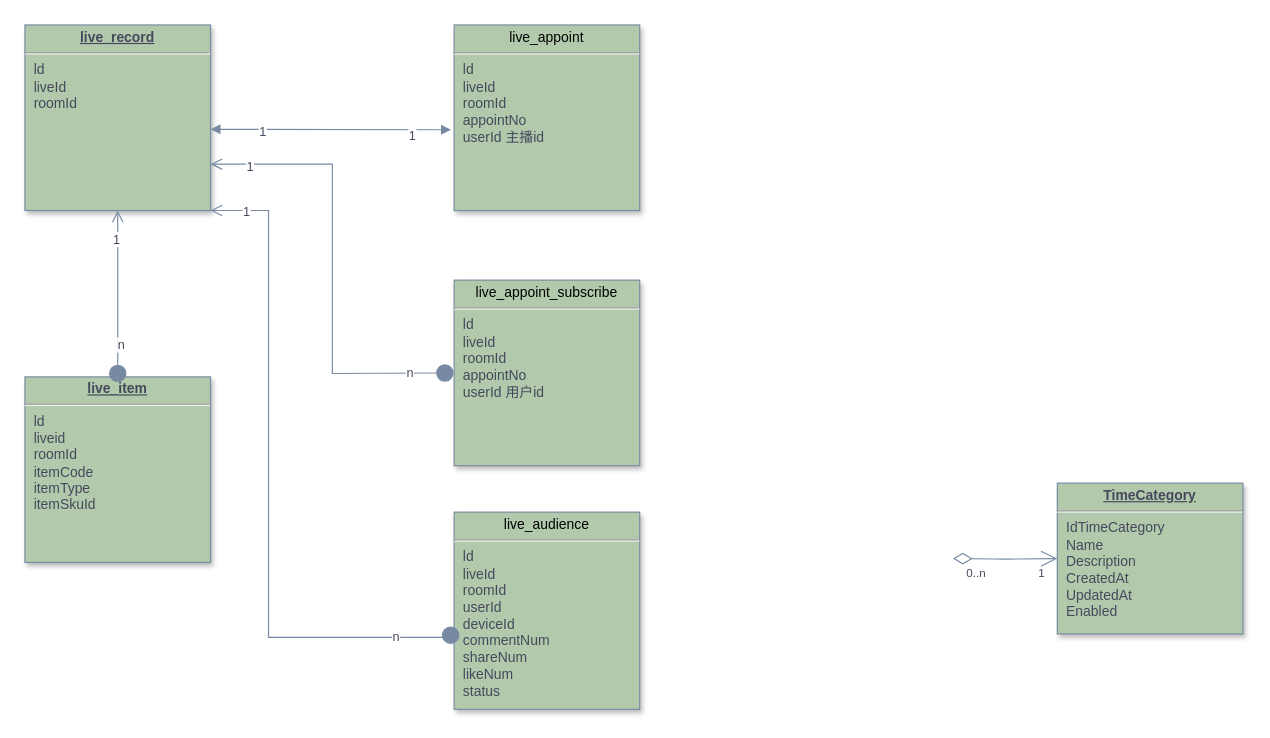
The draw.io diagram drawio/caibeike/live_er.drawio in JAi-Li/document, before the edit. Source tidied: cells renumbered, new cells numbered last; positions are measured from the earlier drawing's top-left corner, leaving out a move shared by most shapes. Both pictures are drawn from the tidied source at 116%, with x=0, y=0 at pixel (24, 24).
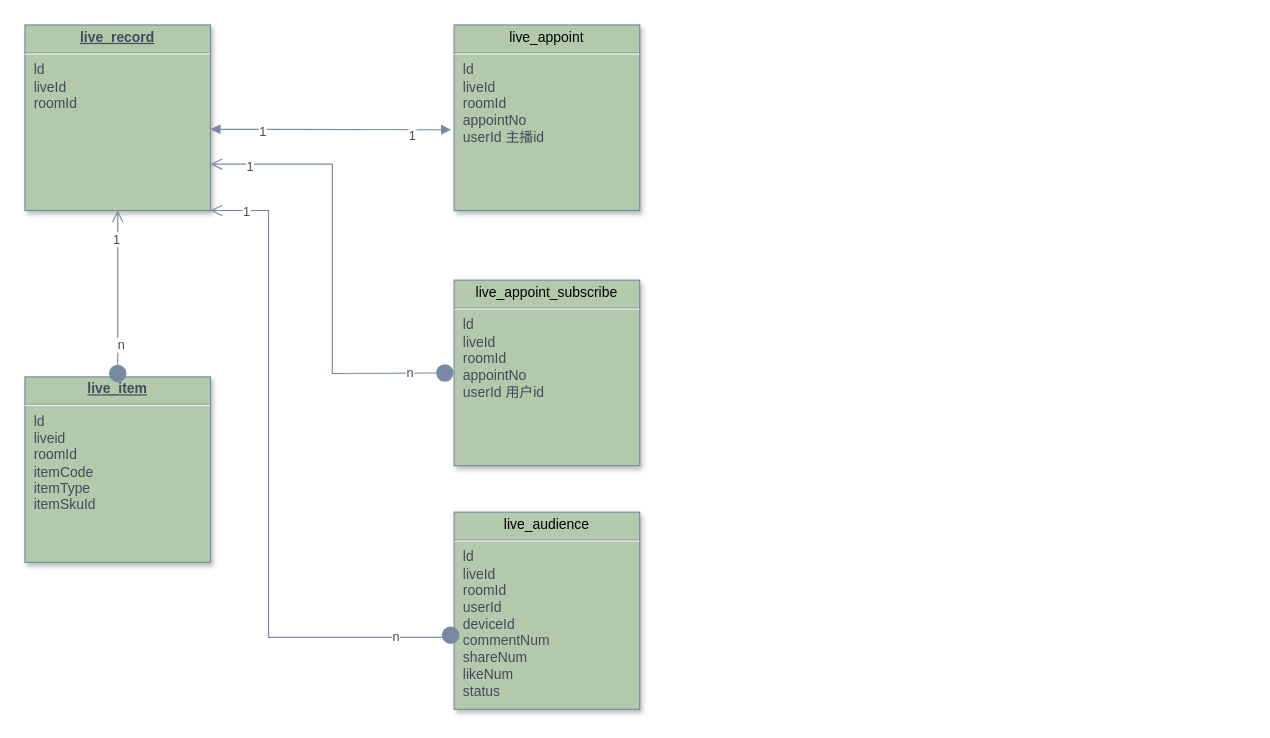
Above is the later version.

The edit, as a diff of the source:
```diff
@@
-    <mxCell id="4" value="&lt;p style=&quot;margin: 0px; margin-top: 4px; text-align: center; text-decoration: underline;&quot;&gt;&lt;strong&gt;TimeCategory&lt;/strong&gt;&lt;/p&gt;&lt;hr /&gt;&lt;p style=&quot;margin: 0px; margin-left: 8px;&quot;&gt;IdTimeCategory&lt;/p&gt;&lt;p style=&quot;margin: 0px; margin-left: 8px;&quot;&gt;Name&lt;/p&gt;&lt;p style=&quot;margin: 0px; margin-left: 8px;&quot;&gt;Description&lt;/p&gt;&lt;p style=&quot;margin: 0px; margin-left: 8px;&quot;&gt;CreatedAt&lt;/p&gt;&lt;p style=&quot;margin: 0px; margin-left: 8px;&quot;&gt;UpdatedAt&lt;/p&gt;&lt;p style=&quot;margin: 0px; margin-left: 8px;&quot;&gt;Enabled&lt;/p&gt;" style="verticalAlign=top;align=left;overflow=fill;fontSize=12;fontFamily=Helvetica;html=1;strokeColor=#788AA3;shadow=1;fillColor=#B2C9AB;fontColor=#46495D;" parent="1" vertex="1">
-      <mxGeometry x="890" y="395" width="160" height="130" as="geometry" />
-    </mxCell>
-    <mxCell id="5" style="endArrow=open;endSize=12;startArrow=diamondThin;startSize=14;startFill=0;edgeStyle=orthogonalEdgeStyle;strokeColor=#788AA3;fontColor=#46495D;" parent="1" edge="1" target="4">
-      <mxGeometry x="1039.4" y="550" as="geometry">
-        <mxPoint x="800" y="460" as="sourcePoint" />
-      </mxGeometry>
-    </mxCell>
-    <mxCell id="6" value="0..n" style="align=left;verticalAlign=top;fontSize=10;strokeColor=#788AA3;shadow=1;fillColor=#B2C9AB;fontColor=#46495D;" parent="5" vertex="1">
-      <mxGeometry x="-1" relative="1" as="geometry">
-        <mxPoint x="10" as="offset" />
-      </mxGeometry>
-    </mxCell>
-    <mxCell id="7" value="1" style="align=right;verticalAlign=top;fontSize=10;strokeColor=#788AA3;shadow=1;fillColor=#B2C9AB;fontColor=#46495D;" parent="5" vertex="1">
-      <mxGeometry x="1" relative="1" as="geometry">
-        <mxPoint x="-10" as="offset" />
-      </mxGeometry>
-    </mxCell>
```
